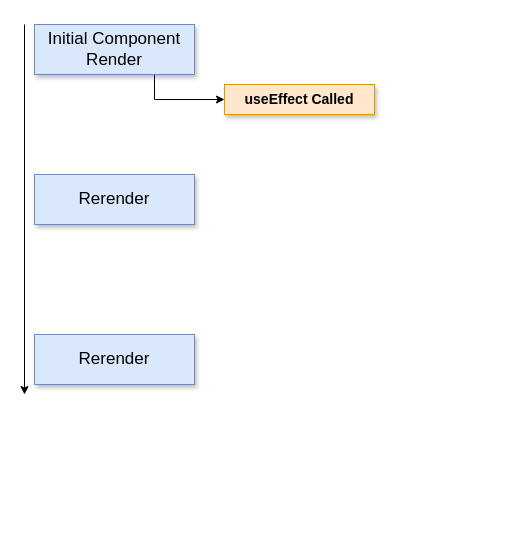
Above: page "12 - cleanup" (12 of 15) of diagrams/widgets/03.drawio in HappySuzuki/redux-code (draw.io), before the change. Source tidied: cells renumbered, new cells numbered last; positions are measured from the earlier drawing's top-left corner, leaving out a move shared by most shapes. Both pictures are drawn from the tidied source at 100%, with x=0, y=0 at pixel (24, 24).
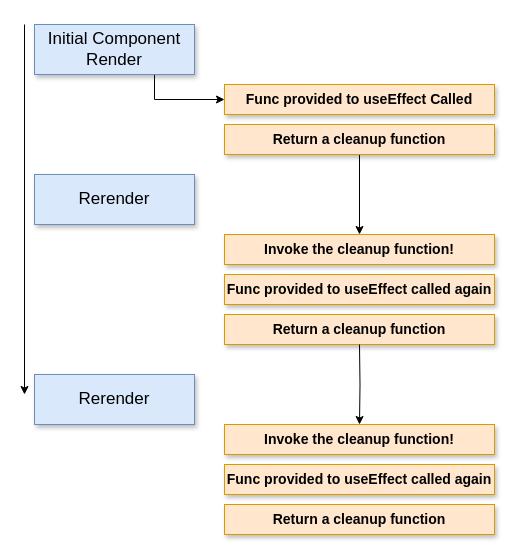
Above is the later version.

Diff of the diagram source:
```diff
@@
 <mxGraphModel>
   <root>
     <mxCell id="0" />
     <mxCell id="1" parent="0" />
     <mxCell id="2" style="edgeStyle=orthogonalEdgeStyle;rounded=0;jettySize=auto;html=1;exitX=0.75;exitY=1;exitDx=0;exitDy=0;entryX=0;entryY=0.5;entryDx=0;entryDy=0;fontSize=14;" parent="1" edge="1" source="3" target="7">
       <mxGeometry relative="1" as="geometry" />
     </mxCell>
     <mxCell id="3" value="Initial Component Render" style="rounded=0;whiteSpace=wrap;html=1;fontSize=17;shadow=1;fillColor=#dae8fc;strokeColor=#6c8ebf;" parent="1" vertex="1">
       <mxGeometry x="10" width="160" height="50" as="geometry" />
     </mxCell>
     <mxCell id="4" value="Rerender" style="rounded=0;whiteSpace=wrap;html=1;fontSize=17;shadow=1;fillColor=#dae8fc;strokeColor=#6c8ebf;" parent="1" vertex="1">
       <mxGeometry x="10" y="150" width="160" height="50" as="geometry" />
     </mxCell>
     <mxCell id="5" style="endArrow=classic;html=1;fontSize=17;" parent="1" edge="1">
       <mxGeometry relative="1" as="geometry">
         <mxPoint as="sourcePoint" />
         <mxPoint y="370" as="targetPoint" />
       </mxGeometry>
     </mxCell>
     <mxCell id="6" value="Rerender" style="rounded=0;whiteSpace=wrap;html=1;fontSize=17;shadow=1;fillColor=#dae8fc;strokeColor=#6c8ebf;" parent="1" vertex="1">
-      <mxGeometry x="10" y="310" width="160" height="50" as="geometry" />
+      <mxGeometry x="10" y="350" width="160" height="50" as="geometry" />
     </mxCell>
-    <mxCell id="7" value="useEffect Called" style="rounded=0;whiteSpace=wrap;html=1;shadow=1;fontSize=14;align=center;fillColor=#ffe6cc;strokeColor=#d79b00;fontStyle=1;" parent="1" vertex="1">
-      <mxGeometry x="200" y="60" width="150" height="30" as="geometry" />
+    <mxCell id="7" value="Func provided to useEffect Called" style="rounded=0;whiteSpace=wrap;html=1;shadow=1;fontSize=14;align=center;fillColor=#ffe6cc;strokeColor=#d79b00;fontStyle=1;" parent="1" vertex="1">
+      <mxGeometry x="200" y="60" width="270" height="30" as="geometry" />
     </mxCell>
+    <mxCell id="8" style="edgeStyle=orthogonalEdgeStyle;rounded=0;jettySize=auto;html=1;exitX=0.5;exitY=1;exitDx=0;exitDy=0;entryX=0.5;entryY=0;entryDx=0;entryDy=0;fontSize=14;" parent="1" edge="1" source="9" target="10">
+      <mxGeometry relative="1" as="geometry" />
+    </mxCell>
+    <mxCell id="9" value="Return a cleanup function" style="rounded=0;whiteSpace=wrap;html=1;shadow=1;fontSize=14;align=center;fillColor=#ffe6cc;strokeColor=#d79b00;fontStyle=1;" parent="1" vertex="1">
+      <mxGeometry x="200" y="100" width="270" height="30" as="geometry" />
+    </mxCell>
+    <mxCell id="10" value="Invoke the cleanup function!" style="rounded=0;whiteSpace=wrap;html=1;shadow=1;fontSize=14;align=center;fillColor=#ffe6cc;strokeColor=#d79b00;fontStyle=1;" parent="1" vertex="1">
+      <mxGeometry x="200" y="210" width="270" height="30" as="geometry" />
+    </mxCell>
+    <mxCell id="11" value="Func provided to useEffect called again" style="rounded=0;whiteSpace=wrap;html=1;shadow=1;fontSize=14;align=center;fillColor=#ffe6cc;strokeColor=#d79b00;fontStyle=1;" parent="1" vertex="1">
+      <mxGeometry x="200" y="250" width="270" height="30" as="geometry" />
+    </mxCell>
+    <mxCell id="12" value="Return a cleanup function" style="rounded=0;whiteSpace=wrap;html=1;shadow=1;fontSize=14;align=center;fillColor=#ffe6cc;strokeColor=#d79b00;fontStyle=1;" parent="1" vertex="1">
+      <mxGeometry x="200" y="290" width="270" height="30" as="geometry" />
+    </mxCell>
+    <mxCell id="13" style="edgeStyle=orthogonalEdgeStyle;rounded=0;jettySize=auto;html=1;exitX=0.5;exitY=1;exitDx=0;exitDy=0;entryX=0.5;entryY=0;entryDx=0;entryDy=0;fontSize=14;" parent="1" edge="1" target="14">
+      <mxGeometry relative="1" as="geometry">
+        <mxPoint x="335" y="320" as="sourcePoint" />
+      </mxGeometry>
+    </mxCell>
+    <mxCell id="14" value="Invoke the cleanup function!" style="rounded=0;whiteSpace=wrap;html=1;shadow=1;fontSize=14;align=center;fillColor=#ffe6cc;strokeColor=#d79b00;fontStyle=1;" parent="1" vertex="1">
+      <mxGeometry x="200" y="400" width="270" height="30" as="geometry" />
+    </mxCell>
+    <mxCell id="15" value="Func provided to useEffect called again" style="rounded=0;whiteSpace=wrap;html=1;shadow=1;fontSize=14;align=center;fillColor=#ffe6cc;strokeColor=#d79b00;fontStyle=1;" parent="1" vertex="1">
+      <mxGeometry x="200" y="440" width="270" height="30" as="geometry" />
+    </mxCell>
+    <mxCell id="16" value="Return a cleanup function" style="rounded=0;whiteSpace=wrap;html=1;shadow=1;fontSize=14;align=center;fillColor=#ffe6cc;strokeColor=#d79b00;fontStyle=1;" parent="1" vertex="1">
+      <mxGeometry x="200" y="480" width="270" height="30" as="geometry" />
+    </mxCell>
   </root>
 </mxGraphModel>
```
